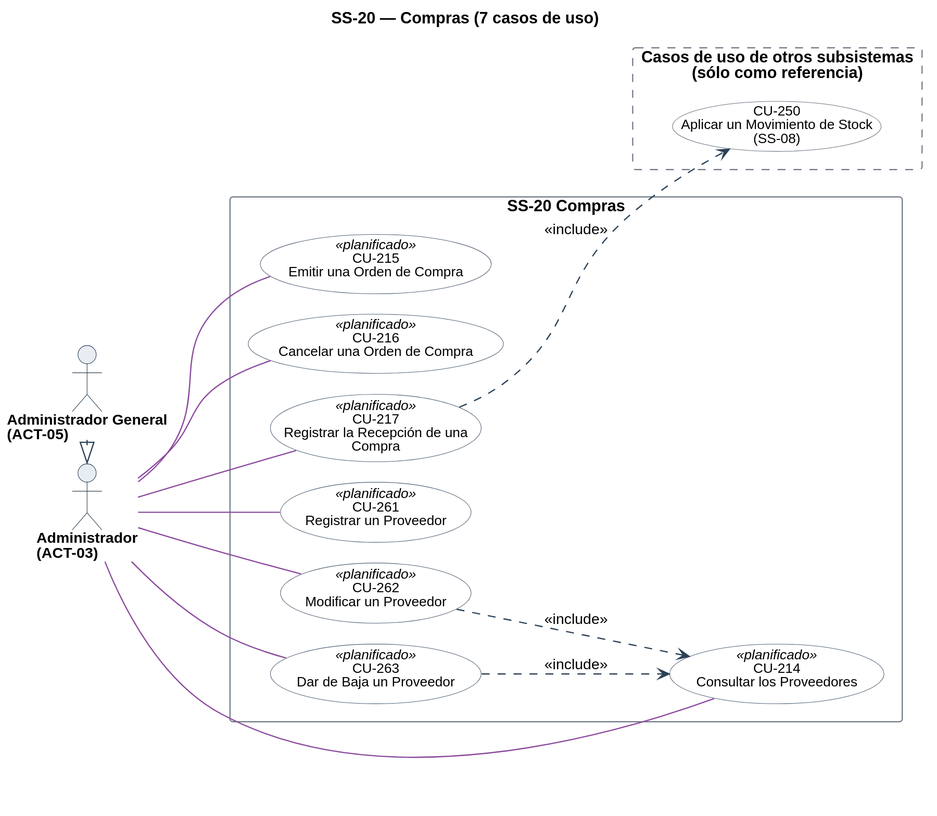
Above: diagramas/uml/CU_SS-20_Compras.svg in Nahuelito-Dev/splg-docs (PlantUML), before the change.
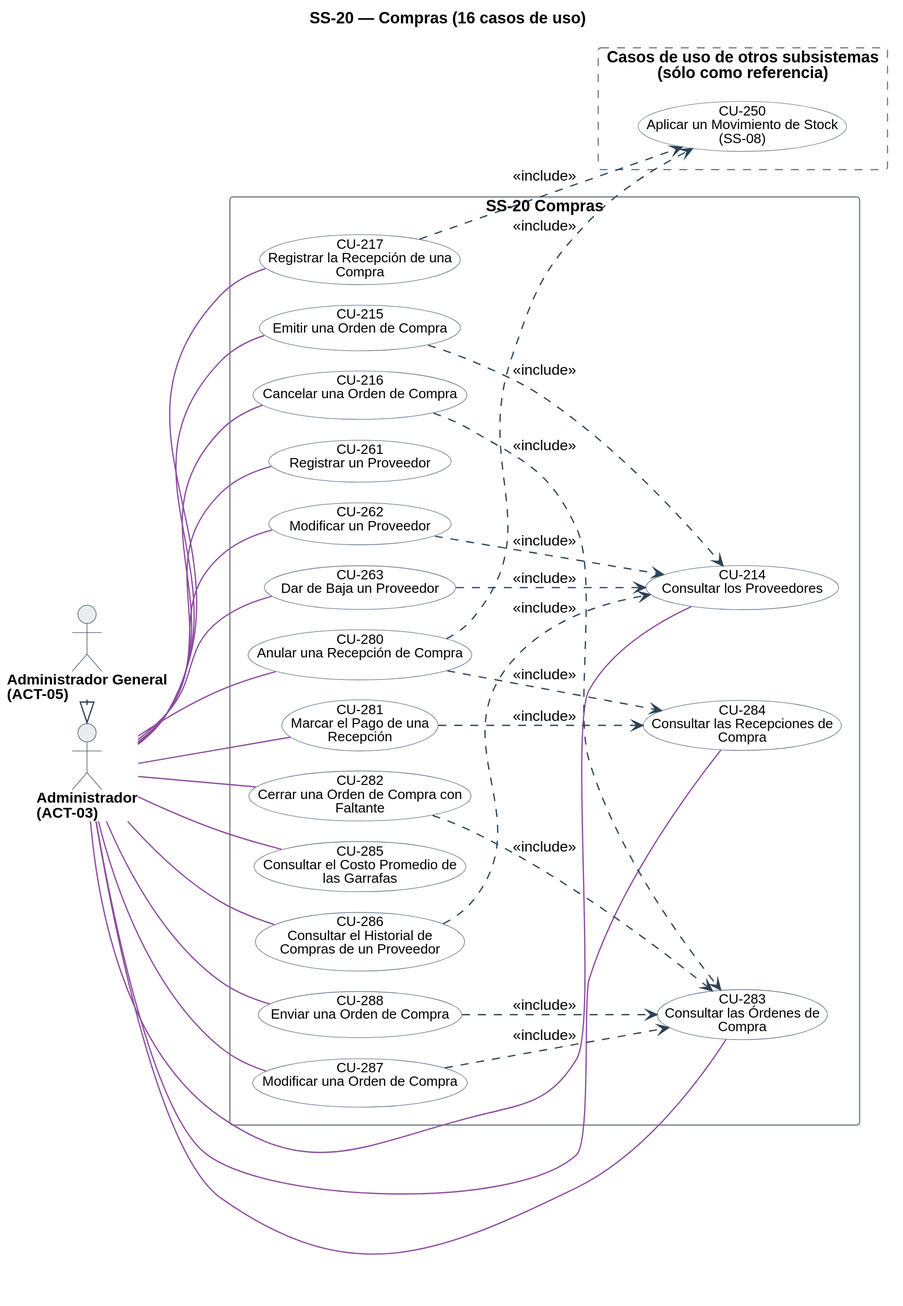
The same diagram one commit later.

The edit, as a diff of the source:
```diff
@@ -1,5 +1,5 @@
 @startuml
-title SS-20 — Compras (7 casos de uso)
+title SS-20 — Compras (16 casos de uso)
 left to right direction
 skinparam backgroundColor #FFFFFF
 skinparam shadowing false
@@ -38,13 +38,22 @@
 actor "Administrador General\n(ACT-05)" as A05
 
 rectangle "SS-20 Compras" {
-  usecase "CU-214\nConsultar los Proveedores" as U214 <<planificado>> #back:FFFFFF;line:55657A
-  usecase "CU-215\nEmitir una Orden de Compra" as U215 <<planificado>> #back:FFFFFF;line:55657A
-  usecase "CU-216\nCancelar una Orden de Compra" as U216 <<planificado>> #back:FFFFFF;line:55657A
-  usecase "CU-217\nRegistrar la Recepción de una\nCompra" as U217 <<planificado>> #back:FFFFFF;line:55657A
-  usecase "CU-261\nRegistrar un Proveedor" as U261 <<planificado>> #back:FFFFFF;line:55657A
-  usecase "CU-262\nModificar un Proveedor" as U262 <<planificado>> #back:FFFFFF;line:55657A
-  usecase "CU-263\nDar de Baja un Proveedor" as U263 <<planificado>> #back:FFFFFF;line:55657A
+  usecase "CU-214\nConsultar los Proveedores" as U214 #back:FFFFFF;line:55657A
+  usecase "CU-215\nEmitir una Orden de Compra" as U215 #back:FFFFFF;line:55657A
+  usecase "CU-216\nCancelar una Orden de Compra" as U216 #back:FFFFFF;line:55657A
+  usecase "CU-217\nRegistrar la Recepción de una\nCompra" as U217 #back:FFFFFF;line:55657A
+  usecase "CU-261\nRegistrar un Proveedor" as U261 #back:FFFFFF;line:55657A
+  usecase "CU-262\nModificar un Proveedor" as U262 #back:FFFFFF;line:55657A
+  usecase "CU-263\nDar de Baja un Proveedor" as U263 #back:FFFFFF;line:55657A
+  usecase "CU-280\nAnular una Recepción de Compra" as U280 #back:FFFFFF;line:55657A
+  usecase "CU-281\nMarcar el Pago de una\nRecepción" as U281 #back:FFFFFF;line:55657A
+  usecase "CU-282\nCerrar una Orden de Compra con\nFaltante" as U282 #back:FFFFFF;line:55657A
+  usecase "CU-283\nConsultar las Órdenes de\nCompra" as U283 #back:FFFFFF;line:55657A
+  usecase "CU-284\nConsultar las Recepciones de\nCompra" as U284 #back:FFFFFF;line:55657A
+  usecase "CU-285\nConsultar el Costo Promedio de\nlas Garrafas" as U285 #back:FFFFFF;line:55657A
+  usecase "CU-286\nConsultar el Historial de\nCompras de un Proveedor" as U286 #back:FFFFFF;line:55657A
+  usecase "CU-287\nModificar una Orden de Compra" as U287 #back:FFFFFF;line:55657A
+  usecase "CU-288\nEnviar una Orden de Compra" as U288 #back:FFFFFF;line:55657A
 }
 
 rectangle "Casos de uso de otros subsistemas\n(sólo como referencia)" as OTROS #back:FFFFFF;line:6B7683;line.dashed {
@@ -58,9 +67,27 @@
 A03 -[#8C4A9E]- U261
 A03 -[#8C4A9E]- U262
 A03 -[#8C4A9E]- U263
+A03 -[#8C4A9E]- U280
+A03 -[#8C4A9E]- U281
+A03 -[#8C4A9E]- U282
+A03 -[#8C4A9E]- U283
+A03 -[#8C4A9E]- U284
+A03 -[#8C4A9E]- U285
+A03 -[#8C4A9E]- U286
+A03 -[#8C4A9E]- U287
+A03 -[#8C4A9E]- U288
 A05 -right-|> A03
 
 U262 ..> U214 : <<include>>
 U263 ..> U214 : <<include>>
+U215 ..> U214 : <<include>>
+U286 ..> U214 : <<include>>
+U287 ..> U283 : <<include>>
+U288 ..> U283 : <<include>>
+U216 ..> U283 : <<include>>
+U282 ..> U283 : <<include>>
+U280 ..> U284 : <<include>>
+U281 ..> U284 : <<include>>
 U217 ..> U250 : <<include>>
+U280 ..> U250 : <<include>>
 @enduml
```
